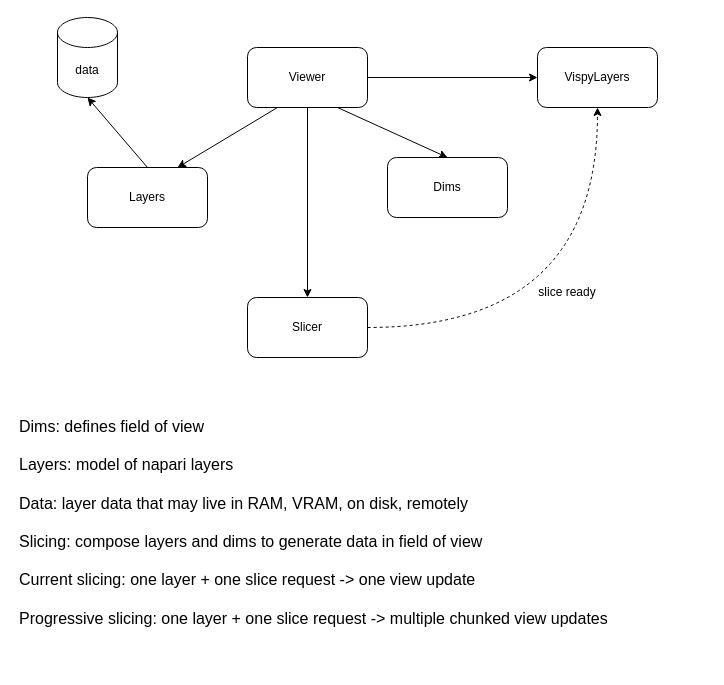
Before: progressive-loading.drawio in andy-sweet/napari-diagrams, a draw.io diagram. Source tidied: cells renumbered, new cells numbered last; positions are measured from the earlier drawing's top-left corner, leaving out a move shared by most shapes. Both pictures are drawn from the tidied source at 100%, with x=0, y=0 at pixel (17, 17).
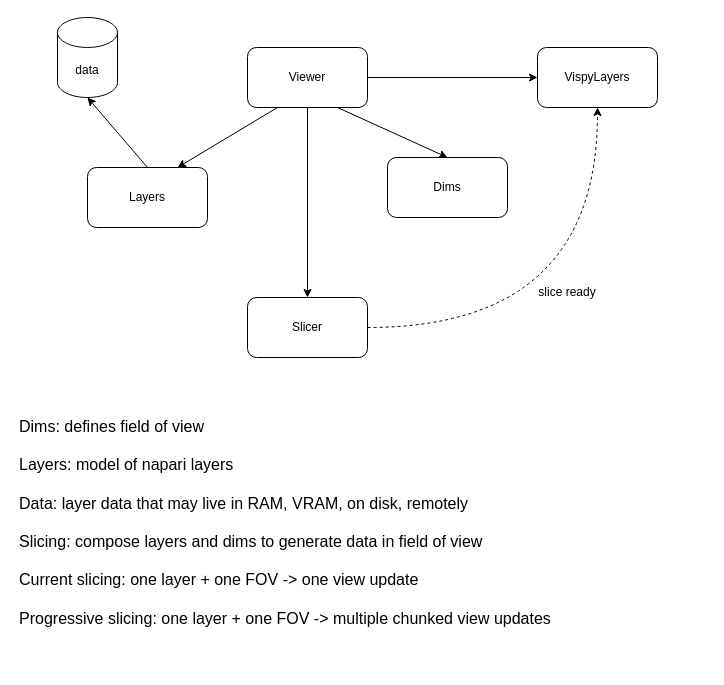
The same diagram, later.

What changed in the source:
```diff
@@
 <mxGraphModel>
   <root>
     <mxCell id="0" />
     <mxCell id="1" parent="0" />
     <mxCell id="2" value="data" style="shape=cylinder3;whiteSpace=wrap;html=1;boundedLbl=1;backgroundOutline=1;size=15;" parent="1" vertex="1">
       <mxGeometry x="40" width="60" height="80" as="geometry" />
     </mxCell>
     <mxCell id="3" style="rounded=0;jettySize=auto;html=1;exitX=0.25;exitY=1;exitDx=0;exitDy=0;entryX=0.75;entryY=0;entryDx=0;entryDy=0;" parent="1" edge="1" source="7" target="9">
       <mxGeometry relative="1" as="geometry" />
     </mxCell>
     <mxCell id="4" style="edgeStyle=none;rounded=0;jettySize=auto;html=1;exitX=0.75;exitY=1;exitDx=0;exitDy=0;entryX=0.5;entryY=0;entryDx=0;entryDy=0;" parent="1" edge="1" source="7" target="10">
       <mxGeometry relative="1" as="geometry" />
     </mxCell>
     <mxCell id="5" style="edgeStyle=none;rounded=0;jettySize=auto;html=1;exitX=0.5;exitY=1;exitDx=0;exitDy=0;entryX=0.5;entryY=0;entryDx=0;entryDy=0;" parent="1" edge="1" source="7" target="12">
       <mxGeometry relative="1" as="geometry" />
     </mxCell>
     <mxCell id="6" style="edgeStyle=none;rounded=0;jettySize=auto;html=1;exitX=1;exitY=0.5;exitDx=0;exitDy=0;entryX=0;entryY=0.5;entryDx=0;entryDy=0;" parent="1" edge="1" source="7" target="13">
       <mxGeometry relative="1" as="geometry" />
     </mxCell>
     <mxCell id="7" value="Viewer" style="rounded=1;whiteSpace=wrap;html=1;" parent="1" vertex="1">
       <mxGeometry x="230" y="30" width="120" height="60" as="geometry" />
     </mxCell>
     <mxCell id="8" style="edgeStyle=none;rounded=0;jettySize=auto;html=1;exitX=0.5;exitY=0;exitDx=0;exitDy=0;entryX=0.5;entryY=1;entryDx=0;entryDy=0;entryPerimeter=0;" parent="1" edge="1" source="9" target="2">
       <mxGeometry relative="1" as="geometry" />
     </mxCell>
     <mxCell id="9" value="Layers" style="rounded=1;whiteSpace=wrap;html=1;" parent="1" vertex="1">
       <mxGeometry x="70" y="150" width="120" height="60" as="geometry" />
     </mxCell>
     <mxCell id="10" value="Dims" style="rounded=1;whiteSpace=wrap;html=1;" parent="1" vertex="1">
       <mxGeometry x="370" y="140" width="120" height="60" as="geometry" />
     </mxCell>
     <mxCell id="11" style="edgeStyle=orthogonalEdgeStyle;curved=1;rounded=0;jettySize=auto;html=1;exitX=1;exitY=0.5;exitDx=0;exitDy=0;entryX=0.5;entryY=1;entryDx=0;entryDy=0;dashed=1;" parent="1" edge="1" source="12" target="13">
       <mxGeometry relative="1" as="geometry" />
     </mxCell>
     <mxCell id="12" value="Slicer" style="rounded=1;whiteSpace=wrap;html=1;" parent="1" vertex="1">
       <mxGeometry x="230" y="280" width="120" height="60" as="geometry" />
     </mxCell>
     <mxCell id="13" value="VispyLayers" style="rounded=1;whiteSpace=wrap;html=1;" parent="1" vertex="1">
       <mxGeometry x="520" y="30" width="120" height="60" as="geometry" />
     </mxCell>
     <mxCell id="14" value="slice ready" style="text;html=1;strokeColor=none;fillColor=none;align=center;verticalAlign=middle;whiteSpace=wrap;rounded=0;" parent="1" vertex="1">
       <mxGeometry x="520" y="260" width="60" height="30" as="geometry" />
     </mxCell>
-    <mxCell id="15" value="&lt;font style=&quot;font-size: 16px;&quot;&gt;Dims: defines field of view&lt;br&gt;&lt;br&gt;Layers: model of napari layers&lt;br&gt;&lt;br&gt;Data: layer data that may live in RAM, VRAM, on disk, remotely&lt;br&gt;&lt;br&gt;Slicing: compose layers and dims to generate data in field of view&lt;br&gt;&lt;br&gt;Current slicing: one layer + one slice request -&amp;gt; one view update&lt;br&gt;&lt;br&gt;Progressive slicing: one layer + one slice request -&amp;gt; multiple chunked view updates&lt;br&gt;&lt;/font&gt;" style="text;html=1;strokeColor=none;fillColor=none;align=left;verticalAlign=middle;whiteSpace=wrap;rounded=0;" parent="1" vertex="1">
+    <mxCell id="15" value="&lt;font style=&quot;font-size: 16px;&quot;&gt;Dims: defines field of view&lt;br&gt;&lt;br&gt;Layers: model of napari layers&lt;br&gt;&lt;br&gt;Data: layer data that may live in RAM, VRAM, on disk, remotely&lt;br&gt;&lt;br&gt;Slicing: compose layers and dims to generate data in field of view&lt;br&gt;&lt;br&gt;Current slicing: one layer + one FOV -&amp;gt; one view update&lt;br&gt;&lt;br&gt;Progressive slicing: one layer + one FOV -&amp;gt; multiple chunked view updates&lt;br&gt;&lt;/font&gt;" style="text;html=1;strokeColor=none;fillColor=none;align=left;verticalAlign=middle;whiteSpace=wrap;rounded=0;" parent="1" vertex="1">
       <mxGeometry y="360" width="690" height="290" as="geometry" />
     </mxCell>
   </root>
 </mxGraphModel>
```
